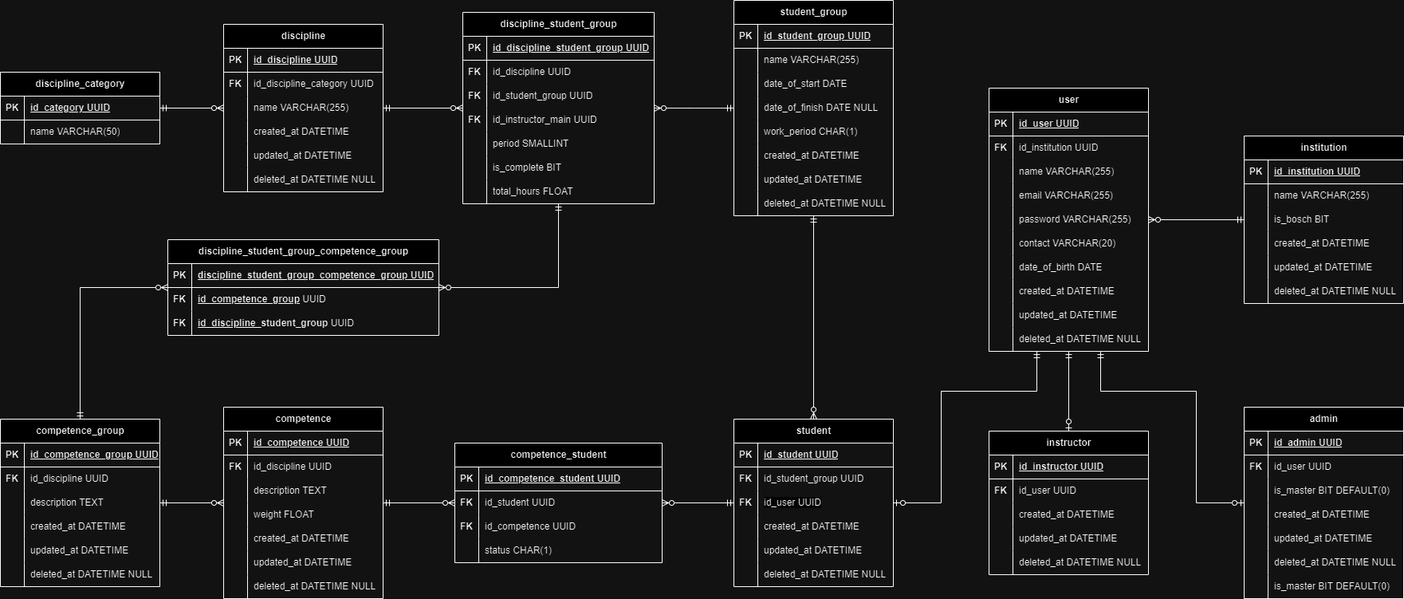
Above: docs/Databse/ETSystemDB.drawio.png in AndreLuisPLuz/ETSystemBack (draw.io), before the change. Source tidied: cells renumbered, new cells last; positions are measured from the earlier drawing's top-left corner, leaving out a move shared by most shapes.
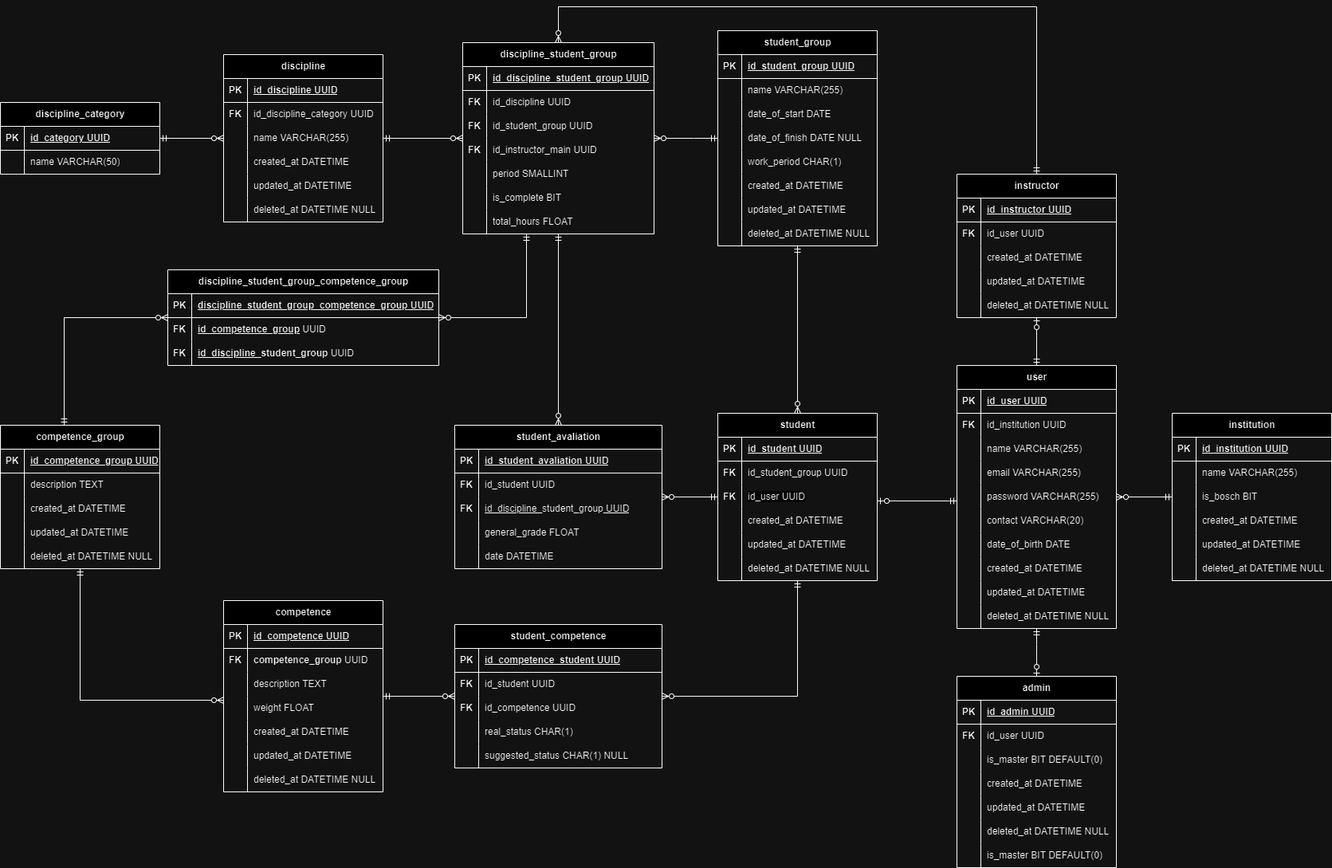
The same file after the commit.

Diff of the diagram source:
```diff
@@ -5,3 +5,3 @@
     <mxCell id="2" value="institution" style="shape=table;startSize=30;rowLines=0;fontStyle=1;align=center;html=1;" parent="1" vertex="1">
-      <mxGeometry x="1560" y="170" width="200" height="210" as="geometry" />
+      <mxGeometry x="1510" y="170" width="200" height="210" as="geometry" />
     </mxCell>
@@ -64,5 +64,4 @@
         <Array as="points">
-          <mxPoint x="1380" y="490" />
-          <mxPoint x="1500" y="490" />
-          <mxPoint x="1500" y="630" />
+          <mxPoint x="1340" y="460" />
+          <mxPoint x="1340" y="460" />
         </Array>
@@ -76,5 +75,4 @@
         <Array as="points">
-          <mxPoint x="1300" y="490" />
-          <mxPoint x="1180" y="490" />
-          <mxPoint x="1180" y="630" />
+          <mxPoint x="1230" y="280" />
+          <mxPoint x="1230" y="280" />
         </Array>
@@ -179,3 +177,3 @@
     <mxCell id="56" value="admin" style="shape=table;startSize=30;rowLines=0;fontStyle=1;align=center;html=1;" parent="1" vertex="1">
-      <mxGeometry x="1560" y="510" width="200" height="240" as="geometry" />
+      <mxGeometry x="1240" y="500" width="200" height="240" as="geometry" />
     </mxCell>
@@ -244,4 +242,12 @@
     </mxCell>
+    <mxCell id="259" style="edgeStyle=orthogonalEdgeStyle;rounded=0;jettySize=auto;html=1;startArrow=ERmandOne;startFill=0;endArrow=ERzeroToMany;endFill=0;" parent="1" edge="1" source="78" target="169">
+      <mxGeometry relative="1" as="geometry">
+        <Array as="points">
+          <mxPoint x="1340" y="-340" />
+          <mxPoint x="740" y="-340" />
+        </Array>
+      </mxGeometry>
+    </mxCell>
     <mxCell id="78" value="instructor" style="shape=table;startSize=30;rowLines=0;fontStyle=1;align=center;html=1;" parent="1" vertex="1">
-      <mxGeometry x="1240" y="540" width="200" height="180" as="geometry" />
+      <mxGeometry x="1240" y="-130" width="200" height="180" as="geometry" />
     </mxCell>
@@ -293,3 +299,3 @@
     <mxCell id="94" value="student" style="shape=table;startSize=30;rowLines=0;fontStyle=1;align=center;html=1;" parent="1" vertex="1">
-      <mxGeometry x="920" y="525" width="200" height="210" as="geometry" />
+      <mxGeometry x="940" y="170" width="200" height="210" as="geometry" />
     </mxCell>
@@ -353,3 +359,3 @@
     <mxCell id="114" value="student_group" style="shape=table;startSize=30;rowLines=0;fontStyle=1;align=center;html=1;" parent="1" vertex="1">
-      <mxGeometry x="920" width="200" height="270" as="geometry" />
+      <mxGeometry x="940" y="-310" width="200" height="270" as="geometry" />
     </mxCell>
@@ -431,3 +437,3 @@
     <mxCell id="140" value="discipline_category" style="shape=table;startSize=30;rowLines=0;fontStyle=1;align=center;html=1;" parent="1" vertex="1">
-      <mxGeometry y="90" width="200" height="90" as="geometry" />
+      <mxGeometry x="40" y="-220" width="200" height="90" as="geometry" />
     </mxCell>
@@ -455,3 +461,3 @@
     <mxCell id="148" value="discipline" style="shape=table;startSize=30;rowLines=0;fontStyle=1;align=center;html=1;" parent="1" vertex="1">
-      <mxGeometry x="280" y="30" width="200" height="210" as="geometry" />
+      <mxGeometry x="320" y="-280" width="200" height="210" as="geometry" />
     </mxCell>
@@ -514,4 +520,4 @@
         <Array as="points">
-          <mxPoint x="870" y="135" />
-          <mxPoint x="870" y="135" />
+          <mxPoint x="910" y="-175" />
+          <mxPoint x="910" y="-175" />
         </Array>
@@ -522,3 +528,3 @@
         <Array as="points">
-          <mxPoint x="700" y="360" />
+          <mxPoint x="700" y="50" />
         </Array>
@@ -527,3 +533,3 @@
     <mxCell id="169" value="discipline_student_group" style="shape=table;startSize=30;rowLines=0;fontStyle=1;align=center;html=1;" parent="1" vertex="1">
-      <mxGeometry x="580" y="15" width="240" height="240" as="geometry" />
+      <mxGeometry x="620" y="-295" width="240" height="240" as="geometry" />
     </mxCell>
@@ -593,3 +599,7 @@
     <mxCell id="191" style="edgeStyle=orthogonalEdgeStyle;rounded=0;jettySize=auto;html=1;endArrow=ERzeroToMany;endFill=0;startArrow=ERmandOne;startFill=0;" parent="1" edge="1" source="193" target="213">
-      <mxGeometry relative="1" as="geometry" />
+      <mxGeometry relative="1" as="geometry">
+        <Array as="points">
+          <mxPoint x="140" y="530" />
+        </Array>
+      </mxGeometry>
     </mxCell>
@@ -598,3 +608,3 @@
         <Array as="points">
-          <mxPoint x="100" y="360" />
+          <mxPoint x="120" y="50" />
         </Array>
@@ -603,3 +613,3 @@
     <mxCell id="193" value="competence_group" style="shape=table;startSize=30;rowLines=0;fontStyle=1;align=center;html=1;" parent="1" vertex="1">
-      <mxGeometry y="525" width="200" height="210" as="geometry" />
+      <mxGeometry x="40" y="185" width="200" height="180" as="geometry" />
     </mxCell>
@@ -614,13 +624,4 @@
     </mxCell>
-    <mxCell id="197" style="shape=tableRow;horizontal=0;startSize=0;swimlaneHead=0;swimlaneBody=0;fillColor=none;top=0;left=0;right=0;bottom=0;" parent="193" vertex="1">
-      <mxGeometry y="60" width="200" height="30" as="geometry" />
-    </mxCell>
-    <mxCell id="198" value="&lt;b&gt;FK&lt;/b&gt;" style="shape=partialRectangle;fillColor=none;top=0;left=0;bottom=0;right=0;overflow=hidden;whiteSpace=wrap;html=1;" parent="197" vertex="1">
-      <mxGeometry width="30" height="30" as="geometry" />
-    </mxCell>
-    <mxCell id="199" value="id_discipline&amp;nbsp;UUID" style="shape=partialRectangle;fillColor=none;top=0;left=0;bottom=0;right=0;align=left;spacingLeft=6;overflow=hidden;whiteSpace=wrap;html=1;" parent="197" vertex="1">
-      <mxGeometry x="30" width="170" height="30" as="geometry" />
-    </mxCell>
     <mxCell id="200" style="shape=tableRow;horizontal=0;startSize=0;swimlaneHead=0;swimlaneBody=0;fillColor=none;top=0;left=0;right=0;bottom=0;" parent="193" vertex="1">
-      <mxGeometry y="90" width="200" height="30" as="geometry" />
+      <mxGeometry y="60" width="200" height="30" as="geometry" />
     </mxCell>
@@ -633,3 +634,3 @@
     <mxCell id="203" style="shape=tableRow;horizontal=0;startSize=0;swimlaneHead=0;swimlaneBody=0;fillColor=none;top=0;left=0;right=0;bottom=0;" parent="193" vertex="1">
-      <mxGeometry y="120" width="200" height="30" as="geometry" />
+      <mxGeometry y="90" width="200" height="30" as="geometry" />
     </mxCell>
@@ -642,3 +643,3 @@
     <mxCell id="206" style="shape=tableRow;horizontal=0;startSize=0;swimlaneHead=0;swimlaneBody=0;fillColor=none;top=0;left=0;right=0;bottom=0;" parent="193" vertex="1">
-      <mxGeometry y="150" width="200" height="30" as="geometry" />
+      <mxGeometry y="120" width="200" height="30" as="geometry" />
     </mxCell>
@@ -651,3 +652,3 @@
     <mxCell id="209" style="shape=tableRow;horizontal=0;startSize=0;swimlaneHead=0;swimlaneBody=0;fillColor=none;top=0;left=0;right=0;bottom=0;" parent="193" vertex="1">
-      <mxGeometry y="180" width="200" height="30" as="geometry" />
+      <mxGeometry y="150" width="200" height="30" as="geometry" />
     </mxCell>
@@ -659,7 +660,4 @@
     </mxCell>
-    <mxCell id="212" style="edgeStyle=orthogonalEdgeStyle;rounded=0;jettySize=auto;html=1;endArrow=ERzeroToMany;endFill=0;startArrow=ERmandOne;startFill=0;" parent="1" edge="1" source="213" target="236">
-      <mxGeometry relative="1" as="geometry" />
-    </mxCell>
     <mxCell id="213" value="competence" style="shape=table;startSize=30;rowLines=0;fontStyle=1;align=center;html=1;" parent="1" vertex="1">
-      <mxGeometry x="280" y="510" width="200" height="240" as="geometry" />
+      <mxGeometry x="320" y="405" width="200" height="240" as="geometry" />
     </mxCell>
@@ -680,3 +678,3 @@
     </mxCell>
-    <mxCell id="219" value="id_discipline&amp;nbsp;UUID" style="shape=partialRectangle;fillColor=none;top=0;left=0;bottom=0;right=0;align=left;spacingLeft=6;overflow=hidden;whiteSpace=wrap;html=1;" parent="217" vertex="1">
+    <mxCell id="219" value="&lt;span style=&quot;font-weight: 700; text-align: center; text-wrap: nowrap;&quot;&gt;competence_group&amp;nbsp;&lt;/span&gt;UUID" style="shape=partialRectangle;fillColor=none;top=0;left=0;bottom=0;right=0;align=left;spacingLeft=6;overflow=hidden;whiteSpace=wrap;html=1;" parent="217" vertex="1">
       <mxGeometry x="30" width="170" height="30" as="geometry" />
@@ -728,2 +726,5 @@
     </mxCell>
+    <mxCell id="260" style="edgeStyle=orthogonalEdgeStyle;rounded=0;jettySize=auto;html=1;endArrow=ERmandOne;endFill=0;startArrow=ERzeroToMany;startFill=0;" parent="1" edge="1" source="236" target="213">
+      <mxGeometry relative="1" as="geometry" />
+    </mxCell>
     <mxCell id="235" style="edgeStyle=orthogonalEdgeStyle;rounded=0;jettySize=auto;html=1;endArrow=ERmandOne;endFill=0;startArrow=ERzeroToMany;startFill=0;" parent="1" edge="1" source="236" target="94">
@@ -731,4 +732,4 @@
     </mxCell>
-    <mxCell id="236" value="competence_student" style="shape=table;startSize=30;rowLines=0;fontStyle=1;align=center;html=1;" parent="1" vertex="1">
-      <mxGeometry x="570" y="555" width="260" height="150" as="geometry" />
+    <mxCell id="236" value="student_competence" style="shape=table;startSize=30;rowLines=0;fontStyle=1;align=center;html=1;" parent="1" vertex="1">
+      <mxGeometry x="610" y="435" width="260" height="180" as="geometry" />
     </mxCell>
@@ -767,7 +768,16 @@
     </mxCell>
-    <mxCell id="248" value="status CHAR(1)" style="shape=partialRectangle;fillColor=none;top=0;left=0;bottom=0;right=0;align=left;spacingLeft=6;overflow=hidden;whiteSpace=wrap;html=1;" parent="246" vertex="1">
+    <mxCell id="248" value="real_status CHAR(1)" style="shape=partialRectangle;fillColor=none;top=0;left=0;bottom=0;right=0;align=left;spacingLeft=6;overflow=hidden;whiteSpace=wrap;html=1;" parent="246" vertex="1">
       <mxGeometry x="30" width="230" height="30" as="geometry" />
     </mxCell>
+    <mxCell id="261" style="shape=tableRow;horizontal=0;startSize=0;swimlaneHead=0;swimlaneBody=0;fillColor=none;top=0;left=0;right=0;bottom=0;" parent="236" vertex="1">
+      <mxGeometry y="150" width="260" height="30" as="geometry" />
+    </mxCell>
+    <mxCell id="262" style="shape=partialRectangle;fillColor=none;top=0;left=0;bottom=0;right=0;overflow=hidden;whiteSpace=wrap;html=1;" parent="261" vertex="1">
+      <mxGeometry width="30" height="30" as="geometry" />
+    </mxCell>
+    <mxCell id="263" value="suggested_status CHAR(1) NULL" style="shape=partialRectangle;fillColor=none;top=0;left=0;bottom=0;right=0;align=left;spacingLeft=6;overflow=hidden;whiteSpace=wrap;html=1;" parent="261" vertex="1">
+      <mxGeometry x="30" width="230" height="30" as="geometry" />
+    </mxCell>
     <mxCell id="249" value="discipline_student_group_competence_group" style="shape=table;startSize=30;rowLines=0;fontStyle=1;align=center;html=1;" parent="1" vertex="1">
-      <mxGeometry x="210" y="300" width="340" height="120" as="geometry" />
+      <mxGeometry x="250" y="-10" width="340" height="120" as="geometry" />
     </mxCell>
@@ -800,2 +810,56 @@
     </mxCell>
+    <mxCell id="264" style="edgeStyle=orthogonalEdgeStyle;rounded=0;jettySize=auto;html=1;endArrow=ERmandOne;endFill=0;startArrow=ERzeroToMany;startFill=0;" parent="1" edge="1" source="266" target="94">
+      <mxGeometry relative="1" as="geometry" />
+    </mxCell>
+    <mxCell id="265" style="edgeStyle=orthogonalEdgeStyle;rounded=0;jettySize=auto;html=1;endArrow=ERmandOne;endFill=0;startArrow=ERzeroToMany;startFill=0;" parent="1" edge="1" source="266" target="169">
+      <mxGeometry relative="1" as="geometry" />
+    </mxCell>
+    <mxCell id="266" value="student_avaliation" style="shape=table;startSize=30;rowLines=0;fontStyle=1;align=center;html=1;" parent="1" vertex="1">
+      <mxGeometry x="610" y="185" width="260" height="180" as="geometry" />
+    </mxCell>
+    <mxCell id="267" style="shape=tableRow;horizontal=0;startSize=0;swimlaneHead=0;swimlaneBody=0;fillColor=none;top=0;left=0;right=0;bottom=1;" parent="266" vertex="1">
+      <mxGeometry y="30" width="260" height="30" as="geometry" />
+    </mxCell>
+    <mxCell id="268" value="PK" style="shape=partialRectangle;fillColor=none;top=0;left=0;bottom=0;right=0;fontStyle=1;overflow=hidden;whiteSpace=wrap;html=1;" parent="267" vertex="1">
+      <mxGeometry width="30" height="30" as="geometry" />
+    </mxCell>
+    <mxCell id="269" value="id_&lt;span style=&quot;text-align: center; text-wrap: nowrap;&quot;&gt;student_avaliation&lt;/span&gt;&amp;nbsp;UUID" style="shape=partialRectangle;fillColor=none;top=0;left=0;bottom=0;right=0;align=left;spacingLeft=6;fontStyle=5;overflow=hidden;whiteSpace=wrap;html=1;" parent="267" vertex="1">
+      <mxGeometry x="30" width="230" height="30" as="geometry" />
+    </mxCell>
+    <mxCell id="270" style="shape=tableRow;horizontal=0;startSize=0;swimlaneHead=0;swimlaneBody=0;fillColor=none;top=0;left=0;right=0;bottom=0;" parent="266" vertex="1">
+      <mxGeometry y="60" width="260" height="30" as="geometry" />
+    </mxCell>
+    <mxCell id="271" value="&lt;b&gt;FK&lt;/b&gt;" style="shape=partialRectangle;fillColor=none;top=0;left=0;bottom=0;right=0;overflow=hidden;whiteSpace=wrap;html=1;" parent="270" vertex="1">
+      <mxGeometry width="30" height="30" as="geometry" />
+    </mxCell>
+    <mxCell id="272" value="id_student UUID" style="shape=partialRectangle;fillColor=none;top=0;left=0;bottom=0;right=0;align=left;spacingLeft=6;overflow=hidden;whiteSpace=wrap;html=1;" parent="270" vertex="1">
+      <mxGeometry x="30" width="230" height="30" as="geometry" />
+    </mxCell>
+    <mxCell id="273" style="shape=tableRow;horizontal=0;startSize=0;swimlaneHead=0;swimlaneBody=0;fillColor=none;top=0;left=0;right=0;bottom=0;" parent="266" vertex="1">
+      <mxGeometry y="90" width="260" height="30" as="geometry" />
+    </mxCell>
+    <mxCell id="274" value="&lt;b&gt;FK&lt;/b&gt;" style="shape=partialRectangle;fillColor=none;top=0;left=0;bottom=0;right=0;overflow=hidden;whiteSpace=wrap;html=1;" parent="273" vertex="1">
+      <mxGeometry width="30" height="30" as="geometry" />
+    </mxCell>
+    <mxCell id="275" value="&lt;span style=&quot;text-decoration-line: underline;&quot;&gt;id_discipline_&lt;/span&gt;&lt;span style=&quot;text-wrap: nowrap; text-align: center;&quot;&gt;student_group&lt;/span&gt;&lt;span style=&quot;text-decoration-line: underline;&quot;&gt;&amp;nbsp;UUID&lt;/span&gt;" style="shape=partialRectangle;fillColor=none;top=0;left=0;bottom=0;right=0;align=left;spacingLeft=6;overflow=hidden;whiteSpace=wrap;html=1;" parent="273" vertex="1">
+      <mxGeometry x="30" width="230" height="30" as="geometry" />
+    </mxCell>
+    <mxCell id="276" style="shape=tableRow;horizontal=0;startSize=0;swimlaneHead=0;swimlaneBody=0;fillColor=none;top=0;left=0;right=0;bottom=0;" parent="266" vertex="1">
+      <mxGeometry y="120" width="260" height="30" as="geometry" />
+    </mxCell>
+    <mxCell id="277" style="shape=partialRectangle;fillColor=none;top=0;left=0;bottom=0;right=0;overflow=hidden;whiteSpace=wrap;html=1;" parent="276" vertex="1">
+      <mxGeometry width="30" height="30" as="geometry" />
+    </mxCell>
+    <mxCell id="278" value="general_grade FLOAT" style="shape=partialRectangle;fillColor=none;top=0;left=0;bottom=0;right=0;align=left;spacingLeft=6;overflow=hidden;whiteSpace=wrap;html=1;" parent="276" vertex="1">
+      <mxGeometry x="30" width="230" height="30" as="geometry" />
+    </mxCell>
+    <mxCell id="279" style="shape=tableRow;horizontal=0;startSize=0;swimlaneHead=0;swimlaneBody=0;fillColor=none;top=0;left=0;right=0;bottom=0;" parent="266" vertex="1">
+      <mxGeometry y="150" width="260" height="30" as="geometry" />
+    </mxCell>
+    <mxCell id="280" style="shape=partialRectangle;fillColor=none;top=0;left=0;bottom=0;right=0;overflow=hidden;whiteSpace=wrap;html=1;" parent="279" vertex="1">
+      <mxGeometry width="30" height="30" as="geometry" />
+    </mxCell>
+    <mxCell id="281" value="date DATETIME" style="shape=partialRectangle;fillColor=none;top=0;left=0;bottom=0;right=0;align=left;spacingLeft=6;overflow=hidden;whiteSpace=wrap;html=1;" parent="279" vertex="1">
+      <mxGeometry x="30" width="230" height="30" as="geometry" />
+    </mxCell>
   </root>
```
